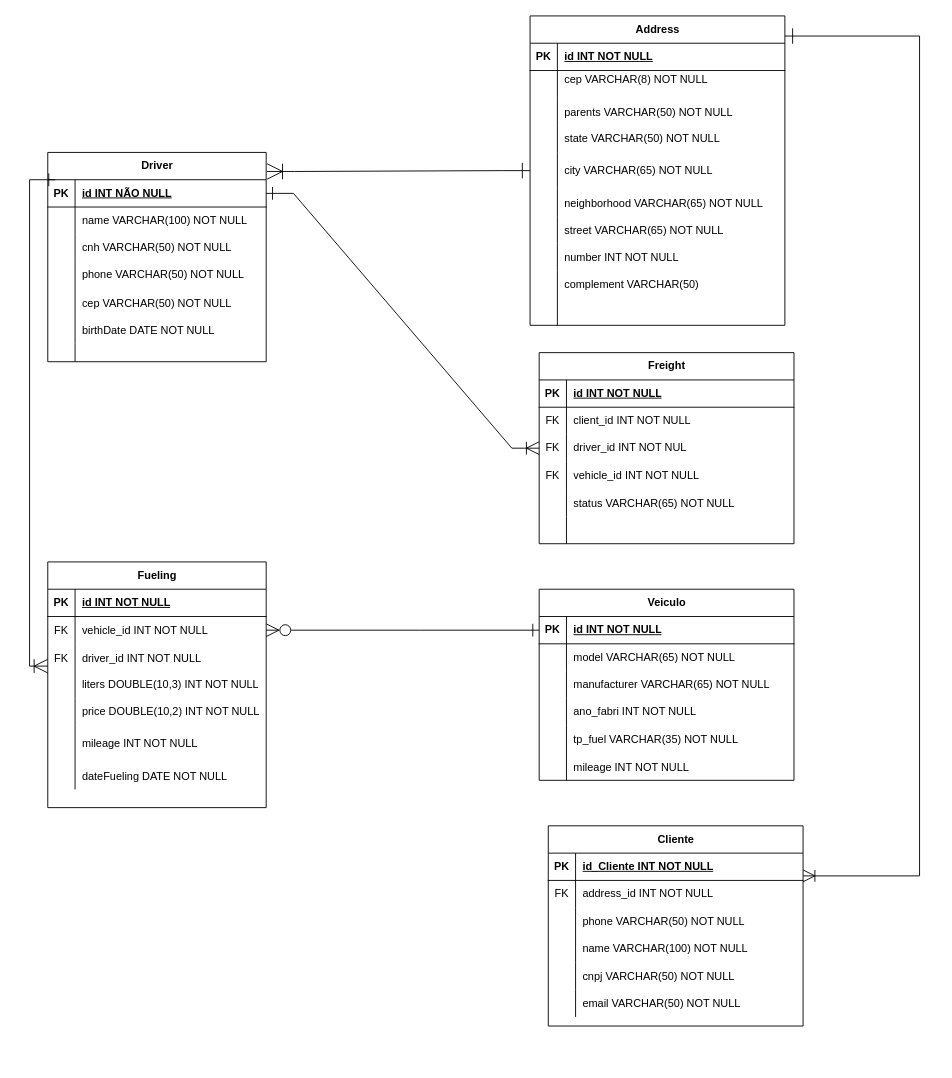
Before: FleetPlus/Database/der.drawio in MariaEduarda94/Projeto-Extens-o, a draw.io diagram. Source tidied: cells renumbered, new cells numbered last; positions are measured from the earlier drawing's top-left corner, leaving out a move shared by most shapes. Both pictures are drawn from the tidied source at 91%, with x=0, y=0 at pixel (29, 15).
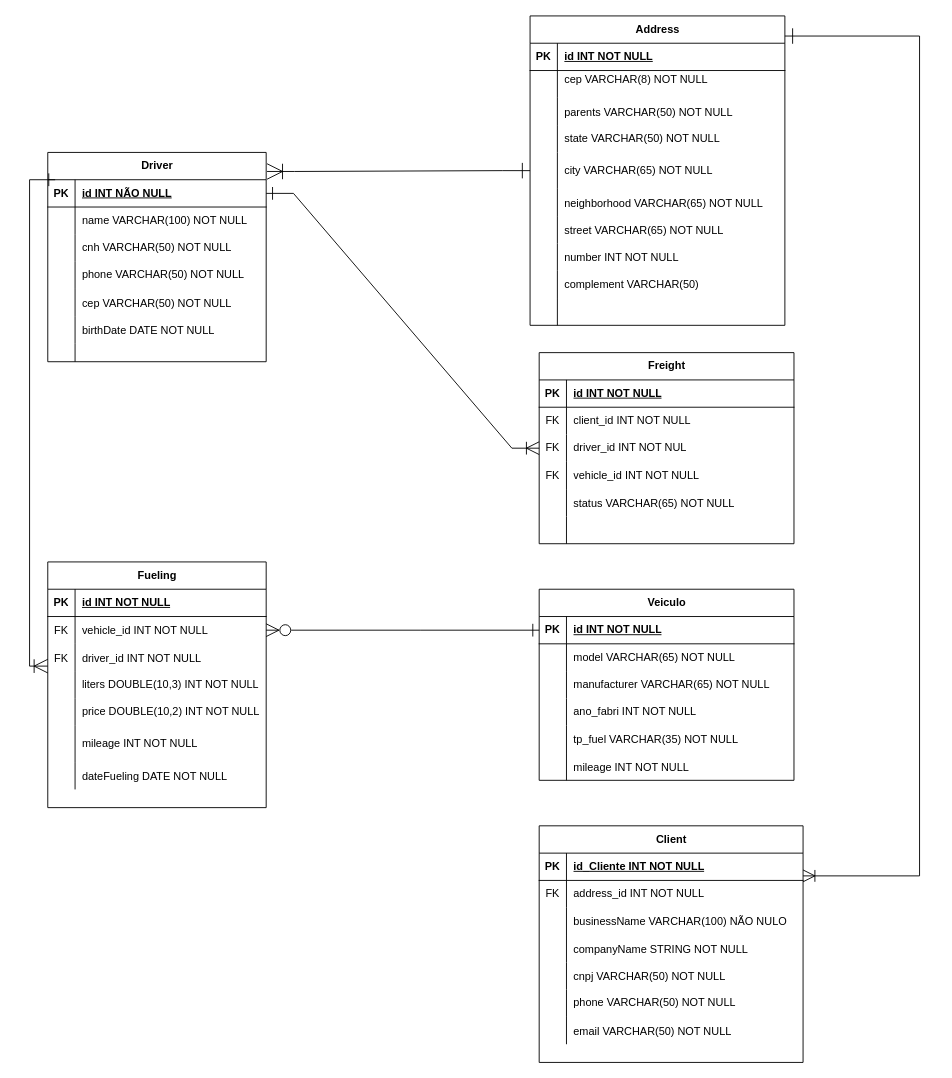
The same diagram, later.

Diff of the diagram source:
```diff
@@
-    <mxCell id="25" value="Cliente" style="shape=table;startSize=30;childLayout=tableLayout;rowLines=0;fontStyle=1;align=center;html=1;" parent="1" vertex="1">
-      <mxGeometry x="570" y="890" width="280" height="220" as="geometry" />
+    <mxCell id="25" value="Client" style="shape=table;startSize=30;childLayout=tableLayout;rowLines=0;fontStyle=1;align=center;html=1;" parent="1" vertex="1">
+      <mxGeometry x="560" y="890" width="290" height="260" as="geometry" />
     </mxCell>
     <mxCell id="26" style="shape=tableRow;horizontal=0;startSize=0;swimlaneHead=0;swimlaneBody=0;fillColor=none;top=0;left=0;right=0;bottom=1;" parent="25" vertex="1">
-      <mxGeometry y="30" width="280" height="30" as="geometry" />
+      <mxGeometry y="30" width="290" height="30" as="geometry" />
     </mxCell>
@@
     <mxCell id="28" value="id_Cliente INT NOT NULL" style="shape=partialRectangle;fillColor=none;top=0;left=0;bottom=0;right=0;align=left;spacingLeft=6;fontStyle=5;overflow=hidden;whiteSpace=wrap;html=1;" parent="26" vertex="1">
-      <mxGeometry x="30" width="250" height="30" as="geometry" />
+      <mxGeometry x="30" width="260" height="30" as="geometry" />
     </mxCell>
     <mxCell id="29" style="shape=tableRow;horizontal=0;startSize=0;swimlaneHead=0;swimlaneBody=0;fillColor=none;top=0;left=0;right=0;bottom=0;" parent="25" vertex="1">
-      <mxGeometry y="60" width="280" height="30" as="geometry" />
+      <mxGeometry y="60" width="290" height="30" as="geometry" />
     </mxCell>
@@
     <mxCell id="31" value="address_id INT NOT NULL" style="shape=partialRectangle;fillColor=none;top=0;left=0;bottom=0;right=0;align=left;spacingLeft=6;fontStyle=0;overflow=hidden;whiteSpace=wrap;html=1;" parent="29" vertex="1">
-      <mxGeometry x="30" width="250" height="30" as="geometry" />
+      <mxGeometry x="30" width="260" height="30" as="geometry" />
     </mxCell>
+    <mxCell id="35" style="shape=tableRow;horizontal=0;startSize=0;swimlaneHead=0;swimlaneBody=0;fillColor=none;top=0;left=0;right=0;bottom=0;" parent="25" vertex="1">
+      <mxGeometry y="90" width="290" height="30" as="geometry" />
+    </mxCell>
+    <mxCell id="36" style="shape=partialRectangle;fillColor=none;top=0;left=0;bottom=0;right=0;overflow=hidden;whiteSpace=wrap;html=1;" parent="35" vertex="1">
+      <mxGeometry width="30" height="30" as="geometry" />
+    </mxCell>
+    <mxCell id="37" value="businessName VARCHAR(100) NÃO NULO" style="shape=partialRectangle;fillColor=none;top=0;left=0;bottom=0;right=0;align=left;spacingLeft=6;overflow=hidden;whiteSpace=wrap;html=1;" parent="35" vertex="1">
+      <mxGeometry x="30" width="260" height="30" as="geometry" />
+    </mxCell>
+    <mxCell id="140" style="shape=tableRow;horizontal=0;startSize=0;swimlaneHead=0;swimlaneBody=0;fillColor=none;top=0;left=0;right=0;bottom=0;" parent="25" vertex="1">
+      <mxGeometry y="120" width="290" height="30" as="geometry" />
+    </mxCell>
+    <mxCell id="141" style="shape=partialRectangle;fillColor=none;top=0;left=0;bottom=0;right=0;overflow=hidden;" parent="140" vertex="1">
+      <mxGeometry width="30" height="30" as="geometry" />
+    </mxCell>
+    <mxCell id="142" value="companyName STRING NOT NULL" style="shape=partialRectangle;fillColor=none;top=0;left=0;bottom=0;right=0;align=left;spacingLeft=6;overflow=hidden;" parent="140" vertex="1">
+      <mxGeometry x="30" width="260" height="30" as="geometry" />
+    </mxCell>
+    <mxCell id="38" style="shape=tableRow;horizontal=0;startSize=0;swimlaneHead=0;swimlaneBody=0;fillColor=none;top=0;left=0;right=0;bottom=0;" parent="25" vertex="1">
+      <mxGeometry y="150" width="290" height="30" as="geometry" />
+    </mxCell>
+    <mxCell id="39" style="shape=partialRectangle;fillColor=none;top=0;left=0;bottom=0;right=0;overflow=hidden;" parent="38" vertex="1">
+      <mxGeometry width="30" height="30" as="geometry" />
+    </mxCell>
+    <mxCell id="40" value="cnpj VARCHAR(50) NOT NULL " style="shape=partialRectangle;fillColor=none;top=0;left=0;bottom=0;right=0;align=left;spacingLeft=6;overflow=hidden;" parent="38" vertex="1">
+      <mxGeometry x="30" width="260" height="30" as="geometry" />
+    </mxCell>
     <mxCell id="32" style="shape=tableRow;horizontal=0;startSize=0;swimlaneHead=0;swimlaneBody=0;fillColor=none;top=0;left=0;right=0;bottom=0;" parent="25" vertex="1">
-      <mxGeometry y="90" width="280" height="30" as="geometry" />
+      <mxGeometry y="180" width="290" height="30" as="geometry" />
     </mxCell>
@@
     <mxCell id="34" value="phone VARCHAR(50) NOT NULL" style="shape=partialRectangle;fillColor=none;top=0;left=0;bottom=0;right=0;align=left;spacingLeft=6;fontStyle=0;overflow=hidden;whiteSpace=wrap;html=1;" parent="32" vertex="1">
-      <mxGeometry x="30" width="250" height="30" as="geometry" />
+      <mxGeometry x="30" width="260" height="30" as="geometry" />
     </mxCell>
-    <mxCell id="35" style="shape=tableRow;horizontal=0;startSize=0;swimlaneHead=0;swimlaneBody=0;fillColor=none;top=0;left=0;right=0;bottom=0;" parent="25" vertex="1">
-      <mxGeometry y="120" width="280" height="30" as="geometry" />
-    </mxCell>
-    <mxCell id="36" style="shape=partialRectangle;fillColor=none;top=0;left=0;bottom=0;right=0;overflow=hidden;whiteSpace=wrap;html=1;" parent="35" vertex="1">
-      <mxGeometry width="30" height="30" as="geometry" />
-    </mxCell>
-    <mxCell id="37" value="name VARCHAR(100) NOT NULL" style="shape=partialRectangle;fillColor=none;top=0;left=0;bottom=0;right=0;align=left;spacingLeft=6;overflow=hidden;whiteSpace=wrap;html=1;" parent="35" vertex="1">
-      <mxGeometry x="30" width="250" height="30" as="geometry" />
-    </mxCell>
-    <mxCell id="38" style="shape=tableRow;horizontal=0;startSize=0;swimlaneHead=0;swimlaneBody=0;fillColor=none;top=0;left=0;right=0;bottom=0;" parent="25" vertex="1">
-      <mxGeometry y="150" width="280" height="30" as="geometry" />
-    </mxCell>
-    <mxCell id="39" style="shape=partialRectangle;fillColor=none;top=0;left=0;bottom=0;right=0;overflow=hidden;" parent="38" vertex="1">
-      <mxGeometry width="30" height="30" as="geometry" />
-    </mxCell>
-    <mxCell id="40" value="cnpj VARCHAR(50) NOT NULL " style="shape=partialRectangle;fillColor=none;top=0;left=0;bottom=0;right=0;align=left;spacingLeft=6;overflow=hidden;" parent="38" vertex="1">
-      <mxGeometry x="30" width="250" height="30" as="geometry" />
-    </mxCell>
     <mxCell id="41" style="shape=tableRow;horizontal=0;startSize=0;swimlaneHead=0;swimlaneBody=0;fillColor=none;top=0;left=0;right=0;bottom=0;" parent="25" vertex="1">
-      <mxGeometry y="180" width="280" height="30" as="geometry" />
+      <mxGeometry y="210" width="290" height="30" as="geometry" />
     </mxCell>
@@
     <mxCell id="43" value="email VARCHAR(50) NOT NULL" style="shape=partialRectangle;fillColor=none;top=0;left=0;bottom=0;right=0;align=left;spacingLeft=6;overflow=hidden;" parent="41" vertex="1">
-      <mxGeometry x="30" width="250" height="30" as="geometry" />
+      <mxGeometry x="30" width="260" height="30" as="geometry" />
     </mxCell>
```
